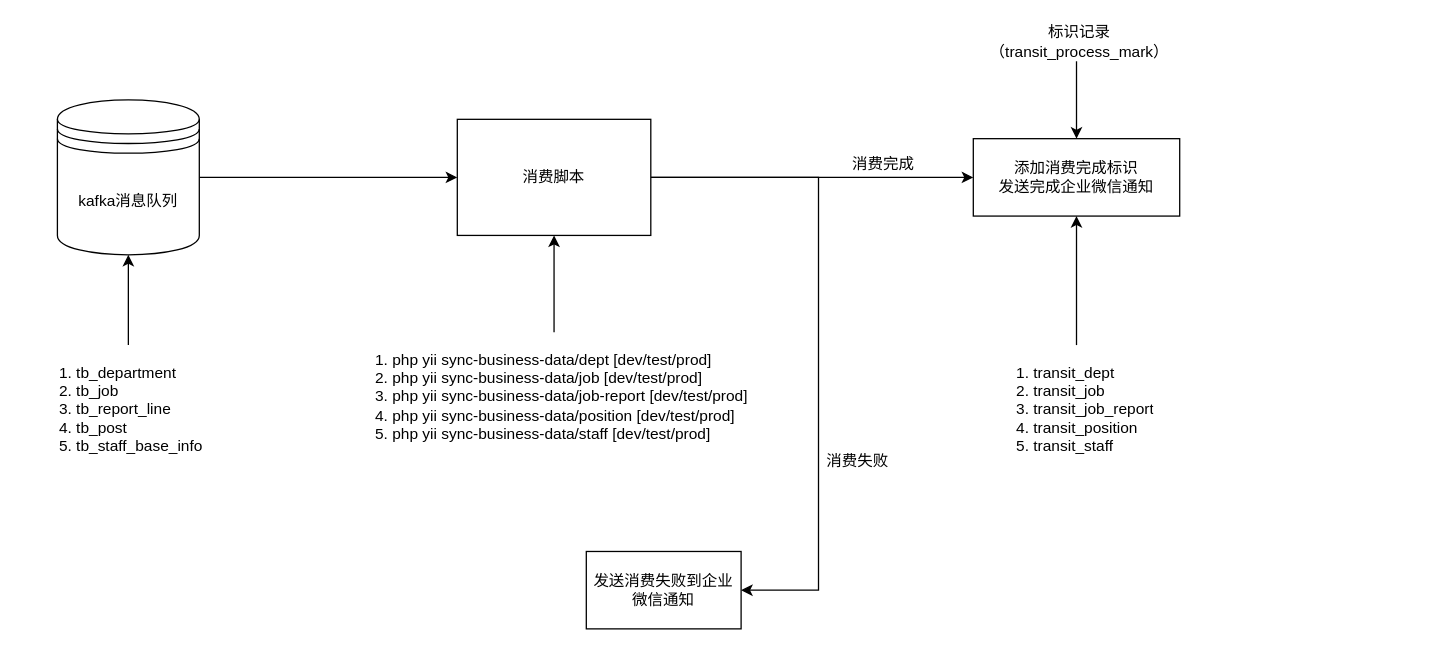
Before: page "消费队列到中间表" (2 of 3) of OD-流程图.drawio in wuhialin/flow-chart, a draw.io diagram. Source tidied: cells renumbered, new cells numbered last; positions are measured from the earlier drawing's top-left corner, leaving out a move shared by most shapes. Both pictures are drawn from the tidied source at 129%, with x=0, y=0 at pixel (21, 22).
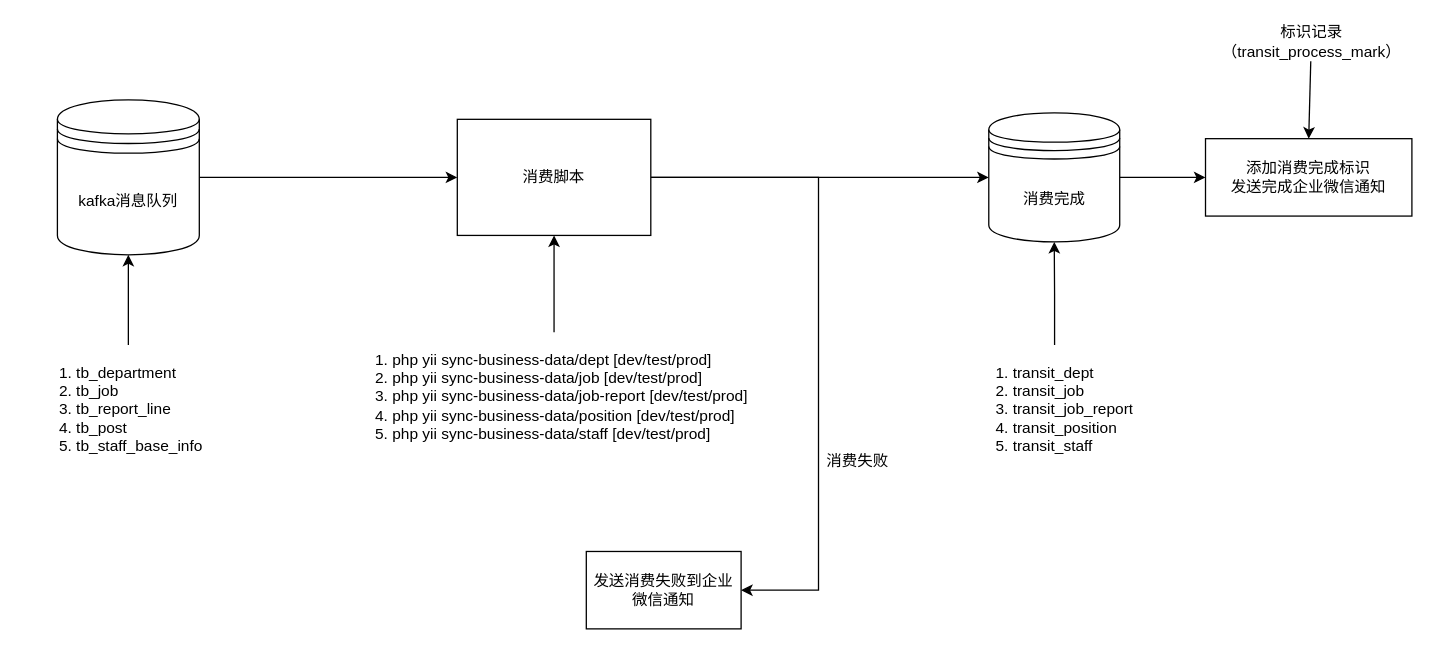
After the change.

Unchanged cells that the change refers to:
```xml
<mxCell id="8" value="消费脚本" style="rounded=0;whiteSpace=wrap;html=1;" parent="1" vertex="1">
  <mxGeometry x="338" y="75" width="150" height="90" as="geometry" />
</mxCell>
```

Change to the diagram source:
```diff
@@
-    <mxCell id="6" style="edgeStyle=orthogonalEdgeStyle;rounded=0;jettySize=auto;html=1;exitX=1;exitY=0.5;exitDx=0;exitDy=0;entryX=0;entryY=0.5;entryDx=0;entryDy=0;" parent="1" edge="1" source="8" target="11">
+    <mxCell id="6" style="edgeStyle=orthogonalEdgeStyle;rounded=0;jettySize=auto;html=1;exitX=1;exitY=0.5;exitDx=0;exitDy=0;entryX=0;entryY=0.5;entryDx=0;entryDy=0;" parent="1" edge="1" source="8" target="14">
       <mxGeometry relative="1" as="geometry" />
     </mxCell>
@@
     <mxCell id="11" value="添加消费完成标识&lt;br&gt;发送完成企业微信通知" style="rounded=0;whiteSpace=wrap;html=1;" parent="1" vertex="1">
-      <mxGeometry x="738" y="90" width="160" height="60" as="geometry" />
+      <mxGeometry x="918" y="90" width="160" height="60" as="geometry" />
     </mxCell>
-    <mxCell id="12" style="edgeStyle=orthogonalEdgeStyle;rounded=0;jettySize=auto;html=1;exitX=0.5;exitY=0;exitDx=0;exitDy=0;entryX=0.5;entryY=1;entryDx=0;entryDy=0;" parent="1" edge="1" source="13" target="11">
+    <mxCell id="12" style="edgeStyle=orthogonalEdgeStyle;rounded=0;jettySize=auto;html=1;exitX=0.5;exitY=0;exitDx=0;exitDy=0;entryX=0.5;entryY=1;entryDx=0;entryDy=0;" parent="1" edge="1" source="13" target="14">
       <mxGeometry relative="1" as="geometry" />
     </mxCell>
     <mxCell id="13" value="&lt;ol&gt;&lt;li&gt;transit_dept&lt;br&gt;&lt;/li&gt;&lt;li&gt;transit_job&lt;/li&gt;&lt;li&gt;transit_job_report&lt;/li&gt;&lt;li&gt;transit_position&lt;/li&gt;&lt;li&gt;transit_staff&lt;/li&gt;&lt;/ol&gt;" style="text;strokeColor=none;fillColor=none;html=1;whiteSpace=wrap;verticalAlign=middle;overflow=hidden;" parent="1" vertex="1">
-      <mxGeometry x="743" y="250" width="150" height="100" as="geometry" />
+      <mxGeometry x="727" y="250" width="148" height="100" as="geometry" />
     </mxCell>
-    <mxCell id="14" value="消费完成" style="text;html=1;align=center;verticalAlign=middle;points=[];" parent="1" vertex="1">
-      <mxGeometry x="638" y="100" width="60" height="20" as="geometry" />
-    </mxCell>
@@
     <mxCell id="17" value="标识记录&lt;br&gt;（transit_process_mark）" style="text;html=1;align=center;verticalAlign=middle;points=[];" parent="1" vertex="1">
-      <mxGeometry x="745" width="150" height="30" as="geometry" />
+      <mxGeometry x="925" width="150" height="30" as="geometry" />
     </mxCell>
-    <mxCell id="18" style="endArrow=classic;html=1;entryX=0.5;entryY=0;entryDx=0;entryDy=0;" parent="1" edge="1" target="11">
-      <mxGeometry relative="1" as="geometry">
-        <mxPoint x="818" y="30" as="sourcePoint" />
-      </mxGeometry>
+    <mxCell id="18" style="endArrow=classic;html=1;entryX=0.5;entryY=0;entryDx=0;entryDy=0;" parent="1" edge="1" source="17" target="11">
+      <mxGeometry relative="1" as="geometry" />
     </mxCell>
+    <mxCell id="19" style="edgeStyle=orthogonalEdgeStyle;rounded=0;jettySize=auto;html=1;exitX=1;exitY=0.5;exitDx=0;exitDy=0;entryX=0;entryY=0.5;entryDx=0;entryDy=0;" parent="1" edge="1" source="14" target="11">
+      <mxGeometry relative="1" as="geometry" />
+    </mxCell>
+    <mxCell id="14" value="消费完成" style="shape=datastore;whiteSpace=wrap;html=1;" parent="1" vertex="1">
+      <mxGeometry x="750" y="70" width="101.5" height="100" as="geometry" />
+    </mxCell>
```
